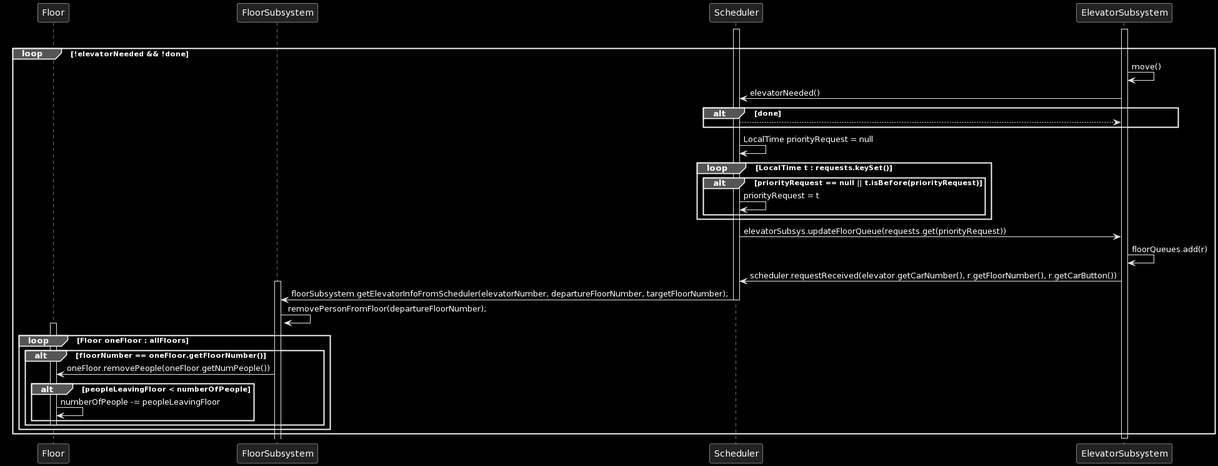
This is iteration1/diagrams/sequence_elevator_arrived.png from w4est/elevator-simulator, a PlantUML export, as it was before one commit.
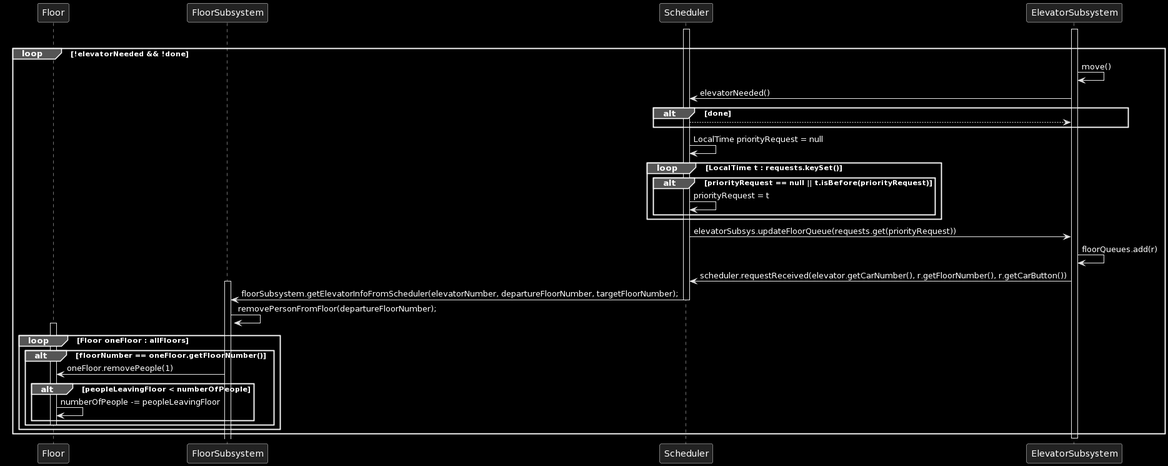
Above is the later version.

Commit message:
Another tweak to diagram

Diff of the diagram source:
```diff
@@ -30,7 +30,7 @@
         loop Floor oneFloor : allFloors
             alt floorNumber == oneFloor.getFloorNumber()
                 activate Floor
-                FloorSubsystem -> Floor: oneFloor.removePeople(oneFloor.getNumPeople())
+                FloorSubsystem -> Floor: oneFloor.removePeople(1)
                 alt peopleLeavingFloor < numberOfPeople
                     Floor -> Floor: numberOfPeople -= peopleLeavingFloor
                 end
```
